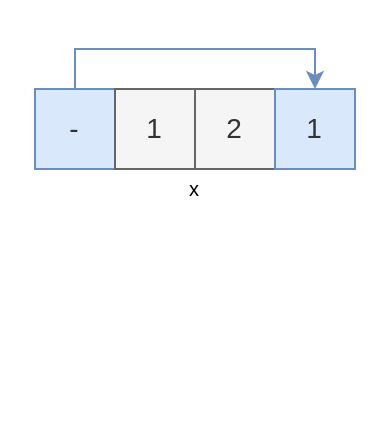
This is page "2" (2 of 2) of docs/problems1_100/palindrome-number.drawio from hanggrian/grind-leetcode, a draw.io file, before an edit. Source tidied: cells renumbered, new cells numbered last; positions are measured from the earlier drawing's top-left corner, leaving out a move shared by most shapes. Both pictures are drawn from the tidied source at 200%, with x=0, y=0 at pixel (34, 48).
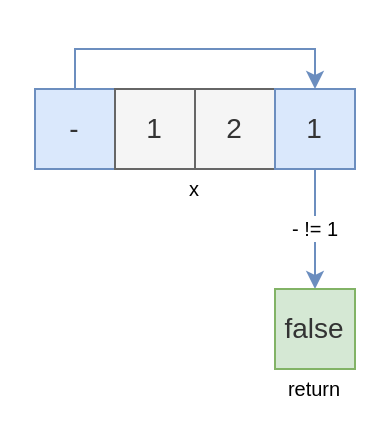
The same diagram, later.

What changed in the source:
```diff
@@
 <mxGraphModel>
   <root>
     <mxCell id="0" />
     <mxCell id="1" parent="0" />
     <mxCell id="2" style="edgeStyle=orthogonalEdgeStyle;rounded=0;jettySize=auto;html=1;exitX=0.5;exitY=0;exitDx=0;exitDy=0;entryX=0.5;entryY=0;entryDx=0;entryDy=0;fillColor=#dae8fc;strokeColor=#6c8ebf;" parent="1" edge="1" source="3" target="6">
       <mxGeometry relative="1" as="geometry">
         <Array as="points">
           <mxPoint x="20" />
           <mxPoint x="140" />
         </Array>
       </mxGeometry>
     </mxCell>
     <mxCell id="3" value="-" style="text;html=1;align=center;verticalAlign=middle;whiteSpace=wrap;rounded=0;fillColor=#dae8fc;strokeColor=#6c8ebf;fontSize=14;fontColor=#333333;" parent="1" vertex="1">
       <mxGeometry y="20" width="40" height="40" as="geometry" />
     </mxCell>
     <mxCell id="4" value="1" style="text;html=1;align=center;verticalAlign=middle;whiteSpace=wrap;rounded=0;fillColor=#f5f5f5;strokeColor=#666666;fontSize=14;fontColor=#333333;" parent="1" vertex="1">
       <mxGeometry x="40" y="20" width="40" height="40" as="geometry" />
     </mxCell>
     <mxCell id="5" value="2" style="text;html=1;align=center;verticalAlign=middle;whiteSpace=wrap;rounded=0;fillColor=#f5f5f5;strokeColor=#666666;fontSize=14;fontColor=#333333;" parent="1" vertex="1">
       <mxGeometry x="80" y="20" width="40" height="40" as="geometry" />
     </mxCell>
+    <mxCell id="8" value="&lt;font style=&quot;font-size: 10px;&quot;&gt;- != 1&lt;/font&gt;" style="edgeStyle=orthogonalEdgeStyle;rounded=0;jettySize=auto;html=1;exitX=0.5;exitY=1;exitDx=0;exitDy=0;entryX=0.5;entryY=0;entryDx=0;entryDy=0;fillColor=#dae8fc;strokeColor=#6c8ebf;" parent="1" edge="1" source="6" target="9">
+      <mxGeometry relative="1" as="geometry" />
+    </mxCell>
     <mxCell id="6" value="1" style="text;html=1;align=center;verticalAlign=middle;whiteSpace=wrap;rounded=0;fillColor=#dae8fc;strokeColor=#6c8ebf;fontSize=14;fontColor=#333333;" parent="1" vertex="1">
       <mxGeometry x="120" y="20" width="40" height="40" as="geometry" />
     </mxCell>
     <mxCell id="7" value="x" style="text;html=1;align=center;verticalAlign=middle;whiteSpace=wrap;rounded=0;fontSize=10;" parent="1" vertex="1">
       <mxGeometry y="60" width="160" height="20" as="geometry" />
     </mxCell>
+    <mxCell id="9" value="false" style="text;html=1;align=center;verticalAlign=middle;whiteSpace=wrap;rounded=0;fillColor=#d5e8d4;strokeColor=#82b366;fontSize=14;fontColor=#333333;" parent="1" vertex="1">
+      <mxGeometry x="120" y="120" width="40" height="40" as="geometry" />
+    </mxCell>
+    <mxCell id="10" value="return" style="text;html=1;align=center;verticalAlign=middle;whiteSpace=wrap;rounded=0;fontSize=10;" parent="1" vertex="1">
+      <mxGeometry x="120" y="160" width="40" height="20" as="geometry" />
+    </mxCell>
   </root>
 </mxGraphModel>
```
